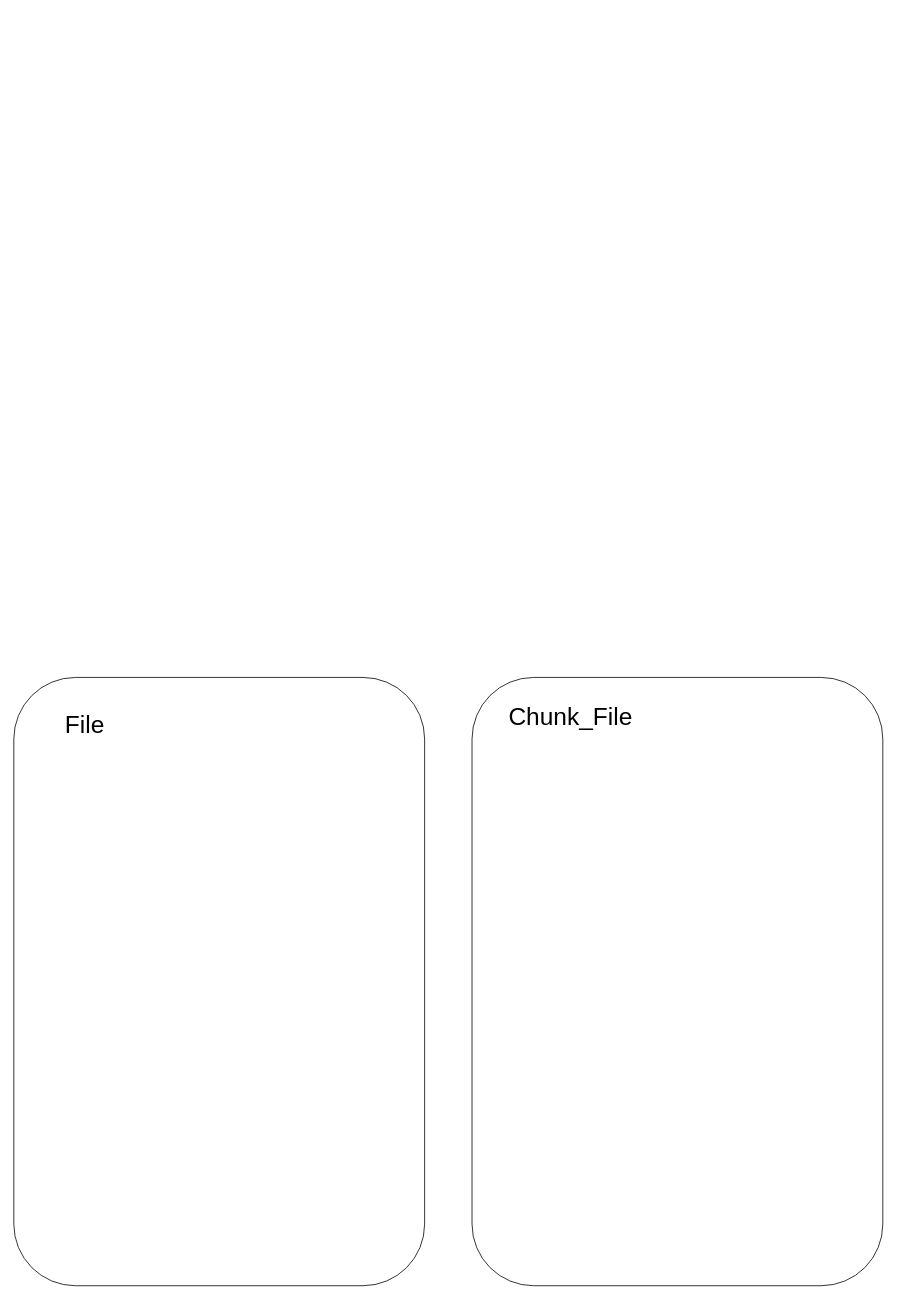
Earlier version of the draw.io diagram massflow/kawaru_file.drawio (NeoNexusX/draw.io). Source tidied: cells renumbered, new cells numbered last; positions are measured from the earlier drawing's top-left corner, leaving out a move shared by most shapes. Both pictures are drawn from the tidied source at 79%, with x=0, y=0 at pixel (13, 677).
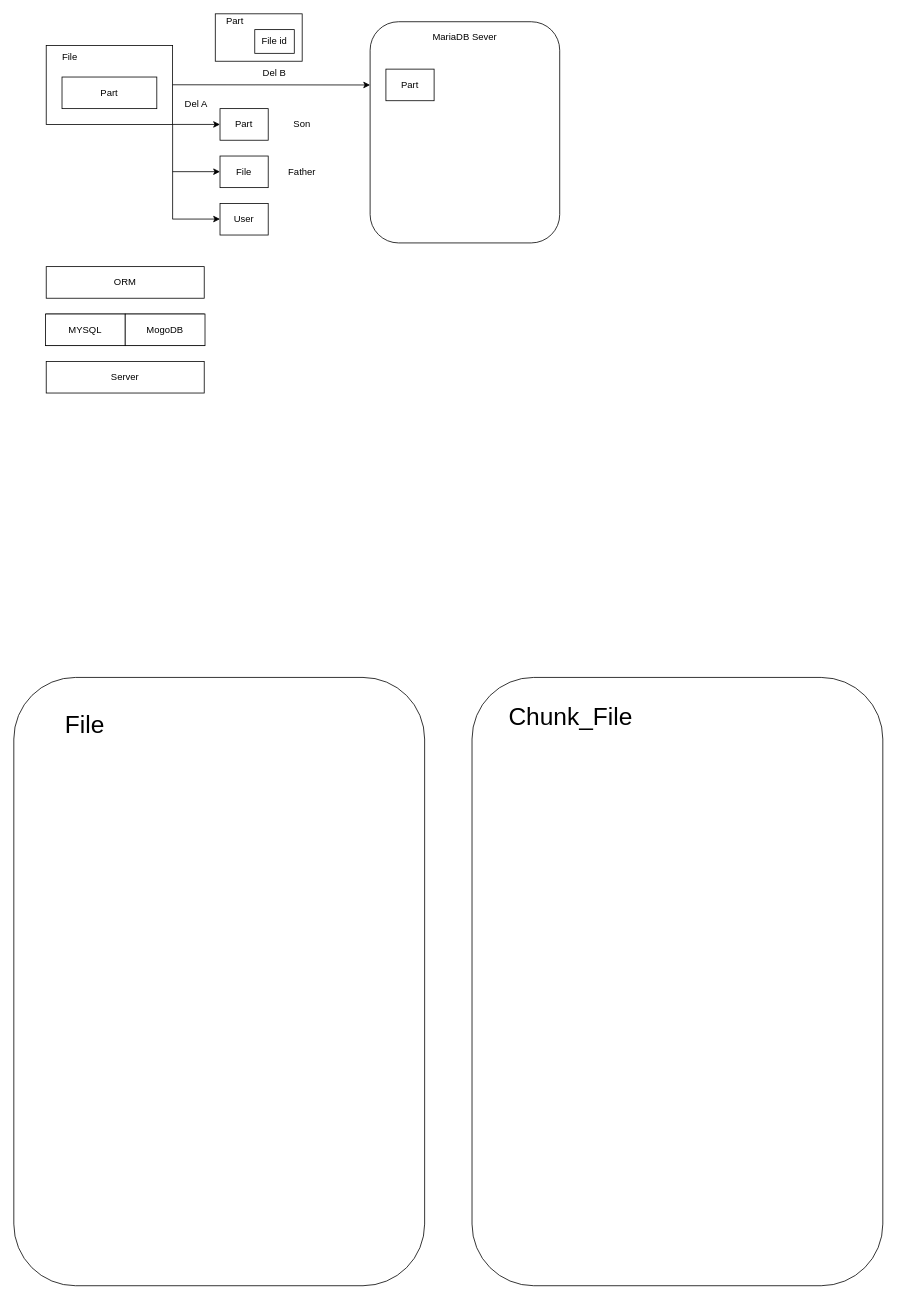
The same page after the edit.

Diff of the diagram source:
```diff
@@
+    <mxCell id="7" style="rounded=0;whiteSpace=wrap;html=1;" parent="1" vertex="1">
+      <mxGeometry x="41" y="-800" width="160" height="100" as="geometry" />
+    </mxCell>
+    <mxCell id="8" value="File" style="text;html=1;whiteSpace=wrap;strokeColor=none;fillColor=none;align=center;verticalAlign=middle;rounded=0;" parent="1" vertex="1">
+      <mxGeometry x="41" y="-800" width="60" height="30" as="geometry" />
+    </mxCell>
+    <mxCell id="9" value="P&lt;span style=&quot;background-color: transparent; color: light-dark(rgb(0, 0, 0), rgb(255, 255, 255));&quot;&gt;art&lt;/span&gt;" style="rounded=0;whiteSpace=wrap;html=1;" parent="1" vertex="1">
+      <mxGeometry x="61" y="-760" width="120" height="40" as="geometry" />
+    </mxCell>
+    <mxCell id="10" style="rounded=0;whiteSpace=wrap;html=1;" parent="1" vertex="1">
+      <mxGeometry x="255" y="-840" width="110" height="60" as="geometry" />
+    </mxCell>
+    <mxCell id="11" value="File id" style="rounded=0;whiteSpace=wrap;html=1;" parent="1" vertex="1">
+      <mxGeometry x="305" y="-820" width="50" height="30" as="geometry" />
+    </mxCell>
+    <mxCell id="12" value="P&lt;span style=&quot;color: light-dark(rgb(0, 0, 0), rgb(255, 255, 255)); background-color: transparent;&quot;&gt;art&lt;/span&gt;" style="text;html=1;whiteSpace=wrap;strokeColor=none;fillColor=none;align=center;verticalAlign=middle;rounded=0;" parent="1" vertex="1">
+      <mxGeometry x="255" y="-840" width="50" height="20" as="geometry" />
+    </mxCell>
+    <mxCell id="13" value="P&lt;span style=&quot;background-color: transparent; color: light-dark(rgb(0, 0, 0), rgb(255, 255, 255));&quot;&gt;art&lt;/span&gt;" style="rounded=0;whiteSpace=wrap;html=1;" parent="1" vertex="1">
+      <mxGeometry x="261" y="-720" width="61" height="40" as="geometry" />
+    </mxCell>
+    <mxCell id="14" style="endArrow=classic;html=1;rounded=0;entryX=0;entryY=0.5;entryDx=0;entryDy=0;" parent="1" edge="1" target="13">
+      <mxGeometry relative="1" as="geometry">
+        <mxPoint x="201" y="-700" as="sourcePoint" />
+      </mxGeometry>
+    </mxCell>
+    <mxCell id="15" value="File" style="rounded=0;whiteSpace=wrap;html=1;" parent="1" vertex="1">
+      <mxGeometry x="261" y="-660" width="61" height="40" as="geometry" />
+    </mxCell>
+    <mxCell id="16" style="endArrow=classic;html=1;rounded=0;entryX=0;entryY=0.5;entryDx=0;entryDy=0;" parent="1" edge="1">
+      <mxGeometry relative="1" as="geometry">
+        <mxPoint x="201" y="-640.2" as="sourcePoint" />
+        <mxPoint x="261" y="-640.2" as="targetPoint" />
+      </mxGeometry>
+    </mxCell>
+    <mxCell id="17" style="endArrow=none;html=1;rounded=0;" parent="1" edge="1">
+      <mxGeometry relative="1" as="geometry">
+        <mxPoint x="201" y="-580" as="sourcePoint" />
+        <mxPoint x="201" y="-700" as="targetPoint" />
+      </mxGeometry>
+    </mxCell>
+    <mxCell id="18" value="User" style="rounded=0;whiteSpace=wrap;html=1;" parent="1" vertex="1">
+      <mxGeometry x="261" y="-600" width="61" height="40" as="geometry" />
+    </mxCell>
+    <mxCell id="19" style="endArrow=classic;html=1;rounded=0;entryX=0;entryY=0.5;entryDx=0;entryDy=0;" parent="1" edge="1">
+      <mxGeometry relative="1" as="geometry">
+        <mxPoint x="201" y="-580.2" as="sourcePoint" />
+        <mxPoint x="261" y="-580.2" as="targetPoint" />
+      </mxGeometry>
+    </mxCell>
+    <mxCell id="20" value="Father" style="text;html=1;whiteSpace=wrap;strokeColor=none;fillColor=none;align=center;verticalAlign=middle;rounded=0;" parent="1" vertex="1">
+      <mxGeometry x="335" y="-655" width="60" height="30" as="geometry" />
+    </mxCell>
+    <mxCell id="21" value="Son" style="text;html=1;whiteSpace=wrap;strokeColor=none;fillColor=none;align=center;verticalAlign=middle;rounded=0;" parent="1" vertex="1">
+      <mxGeometry x="335" y="-715" width="60" height="30" as="geometry" />
+    </mxCell>
+    <mxCell id="22" style="rounded=1;whiteSpace=wrap;html=1;" parent="1" vertex="1">
+      <mxGeometry x="451" y="-830" width="240" height="280" as="geometry" />
+    </mxCell>
+    <mxCell id="23" value="Del A" style="text;html=1;whiteSpace=wrap;strokeColor=none;fillColor=none;align=center;verticalAlign=middle;rounded=0;" parent="1" vertex="1">
+      <mxGeometry x="201" y="-740" width="60" height="30" as="geometry" />
+    </mxCell>
+    <mxCell id="24" style="endArrow=classic;html=1;rounded=0;entryX=0;entryY=0.286;entryDx=0;entryDy=0;entryPerimeter=0;" parent="1" edge="1" target="22">
+      <mxGeometry relative="1" as="geometry">
+        <mxPoint x="201" y="-750.2" as="sourcePoint" />
+      </mxGeometry>
+    </mxCell>
+    <mxCell id="25" value="Del B" style="text;html=1;whiteSpace=wrap;strokeColor=none;fillColor=none;align=center;verticalAlign=middle;rounded=0;" parent="1" vertex="1">
+      <mxGeometry x="300" y="-780" width="60" height="30" as="geometry" />
+    </mxCell>
+    <mxCell id="26" value="MariaDB Sever" style="text;html=1;whiteSpace=wrap;strokeColor=none;fillColor=none;align=center;verticalAlign=middle;rounded=0;" parent="1" vertex="1">
+      <mxGeometry x="526" y="-825" width="90" height="30" as="geometry" />
+    </mxCell>
+    <mxCell id="27" value="P&lt;span style=&quot;background-color: transparent; color: light-dark(rgb(0, 0, 0), rgb(255, 255, 255));&quot;&gt;art&lt;/span&gt;" style="rounded=0;whiteSpace=wrap;html=1;" parent="1" vertex="1">
+      <mxGeometry x="471" y="-770" width="61" height="40" as="geometry" />
+    </mxCell>
+    <mxCell id="28" value="ORM" style="rounded=0;whiteSpace=wrap;html=1;" parent="1" vertex="1">
+      <mxGeometry x="41" y="-520" width="200" height="40" as="geometry" />
+    </mxCell>
+    <mxCell id="29" style="rounded=0;whiteSpace=wrap;html=1;" parent="1" vertex="1">
+      <mxGeometry x="41" y="-460" width="200" height="40" as="geometry" />
+    </mxCell>
+    <mxCell id="30" value="Server" style="rounded=0;whiteSpace=wrap;html=1;" parent="1" vertex="1">
+      <mxGeometry x="41" y="-400" width="200" height="40" as="geometry" />
+    </mxCell>
+    <mxCell id="31" value="MYSQL" style="rounded=0;whiteSpace=wrap;html=1;" parent="1" vertex="1">
+      <mxGeometry x="40" y="-460" width="101" height="40" as="geometry" />
+    </mxCell>
+    <mxCell id="32" value="MogoDB" style="rounded=0;whiteSpace=wrap;html=1;" parent="1" vertex="1">
+      <mxGeometry x="141" y="-460" width="101" height="40" as="geometry" />
+    </mxCell>
```
